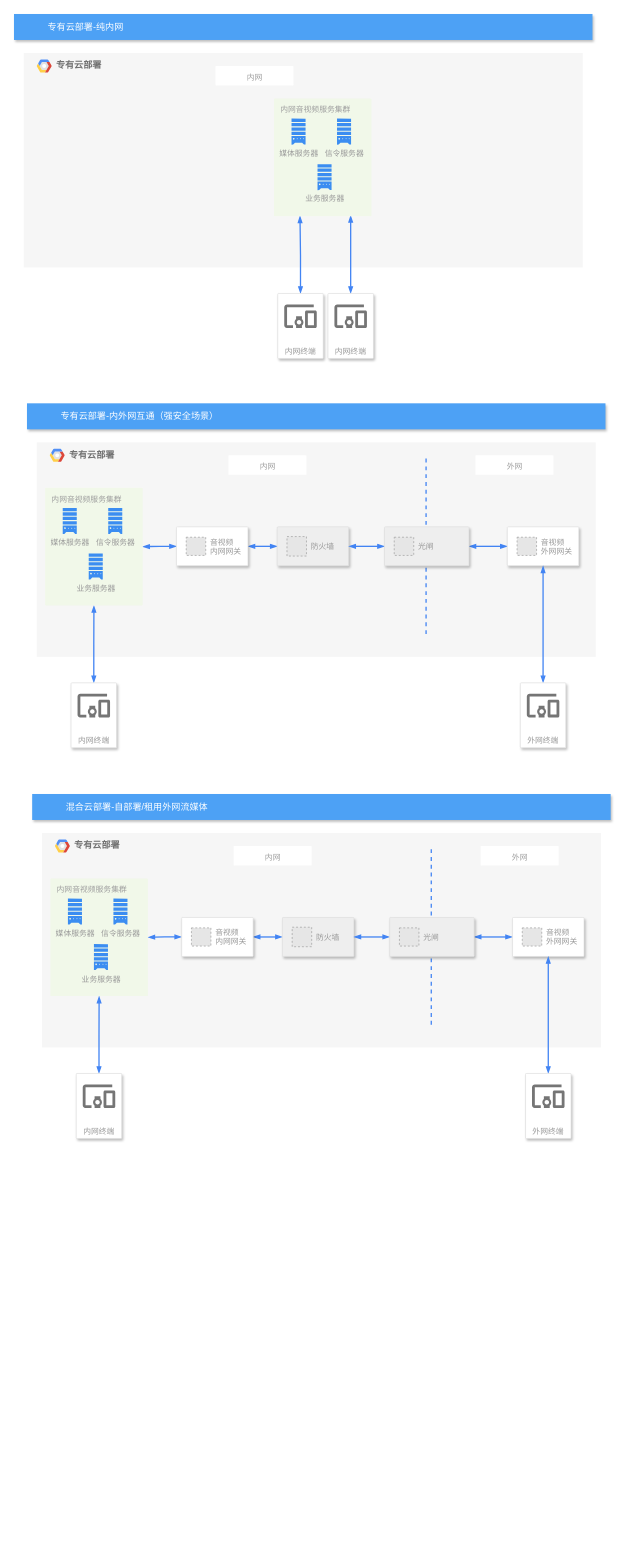
Earlier version of the draw.io diagram 私有化.drawio (shushenghong/test). Source tidied: cells renumbered, new cells numbered last; positions are measured from the earlier drawing's top-left corner, leaving out a move shared by most shapes. Both pictures are drawn from the tidied source at 65%, with x=0, y=0 at pixel (14, 14). Pictures stored in the file or linked from it are replaced by grey dashed boxes.
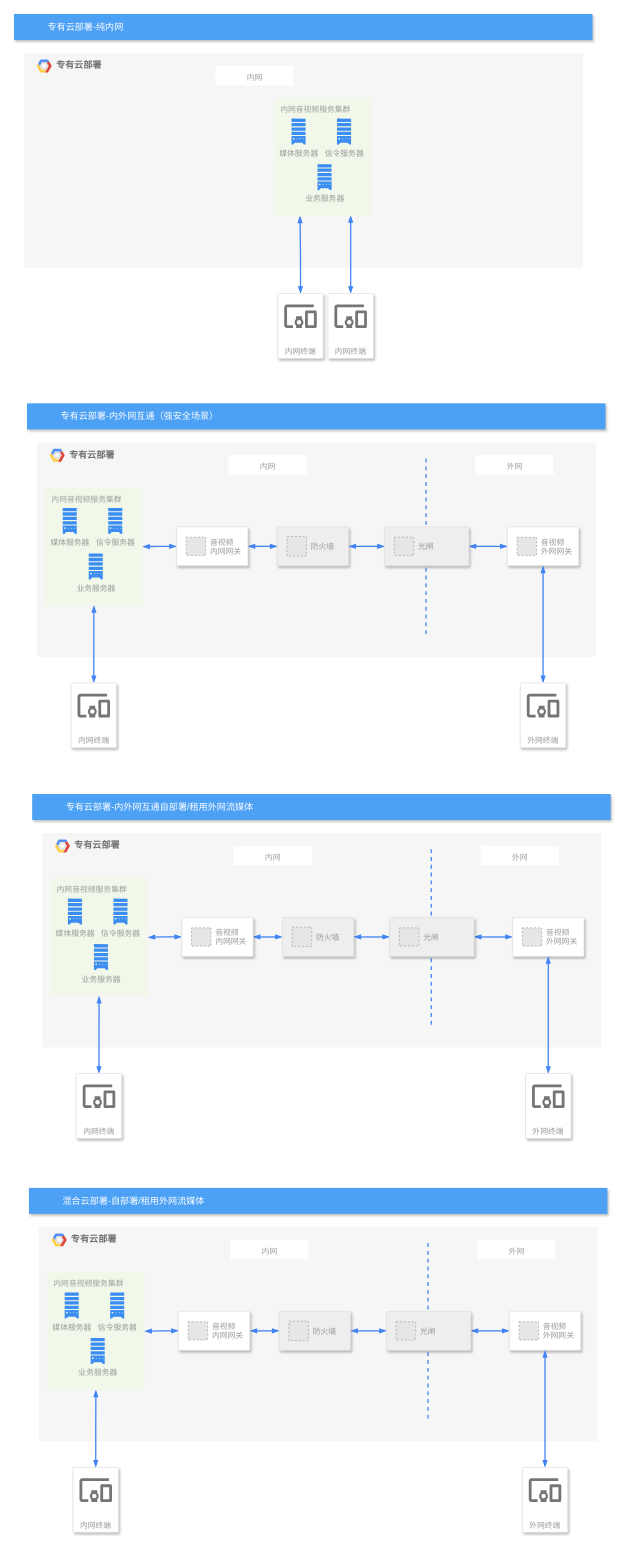
Above is the later version.

Commit message (it also covers changes not shown here):
更新私有化.drawio

What changed in the source:
```diff
@@
-    <mxCell id="49" value="混合云部署-自部署/租用外网流媒体" style="fillColor=#4DA1F5;strokeColor=none;shadow=1;gradientColor=none;fontSize=14;align=left;spacingLeft=50;fontColor=#ffffff;html=1;" parent="1" vertex="1">
+    <mxCell id="49" value="专有云部署-内外网互通自部署/租用外网流媒体" style="fillColor=#4DA1F5;strokeColor=none;shadow=1;gradientColor=none;fontSize=14;align=left;spacingLeft=50;fontColor=#ffffff;html=1;" parent="1" vertex="1">
       <mxGeometry x="28" y="1200" width="890" height="40" as="geometry" />
     </mxCell>
@@
+    <mxCell id="78" value="&lt;b&gt;专有云部署&lt;/b&gt;" style="fillColor=#F6F6F6;strokeColor=none;shadow=0;gradientColor=none;fontSize=14;align=left;spacing=10;fontColor=#717171;9E9E9E;verticalAlign=top;spacingTop=-4;fontStyle=0;spacingLeft=40;html=1;" parent="1" vertex="1">
+      <mxGeometry x="38" y="1866" width="860" height="330" as="geometry" />
+    </mxCell>
+    <mxCell id="79" value="混合云部署-自部署/租用外网流媒体" style="fillColor=#4DA1F5;strokeColor=none;shadow=1;gradientColor=none;fontSize=14;align=left;spacingLeft=50;fontColor=#ffffff;html=1;" parent="1" vertex="1">
+      <mxGeometry x="23" y="1806" width="890" height="40" as="geometry" />
+    </mxCell>
+    <mxCell id="80" style="shape=mxgraph.gcp2.google_cloud_platform;fillColor=#F6F6F6;strokeColor=none;shadow=0;gradientColor=none;" parent="1" vertex="1">
+      <mxGeometry x="58" y="1876" width="23" height="20" as="geometry">
+        <mxPoint x="20" y="10" as="offset" />
+      </mxGeometry>
+    </mxCell>
+    <mxCell id="81" style="edgeStyle=orthogonalEdgeStyle;rounded=0;jettySize=auto;html=1;exitX=0;exitY=0.5;exitDx=0;exitDy=0;entryX=1;entryY=0.5;entryDx=0;entryDy=0;strokeColor=#4284F3;strokeWidth=2;fontColor=#999999;startArrow=blockThin;startFill=1;endArrow=blockThin;endFill=1;" parent="1" edge="1" source="82" target="85">
+      <mxGeometry relative="1" as="geometry" />
+    </mxCell>
+    <mxCell id="82" style="strokeColor=#dddddd;shadow=1;strokeWidth=1;rounded=1;absoluteArcSize=1;arcSize=2;fontColor=#999999;fillColor=#EEEEEE;" parent="1" vertex="1">
+      <mxGeometry x="408" y="1996" width="110" height="60" as="geometry" />
+    </mxCell>
+    <mxCell id="83" value="防火墙" style="fillColor=#E6E6E6;strokeColor=#999999;dashed=1;fontColor=#999999;verticalLabelPosition=middle;labelBackgroundColor=none;verticalAlign=middle;labelPosition=right;align=left;spacingLeft=5;" parent="82" vertex="1">
+      <mxGeometry width="30" height="30" relative="1" as="geometry">
+        <mxPoint x="15" y="15" as="offset" />
+      </mxGeometry>
+    </mxCell>
+    <mxCell id="84" style="edgeStyle=orthogonalEdgeStyle;rounded=0;jettySize=auto;html=1;exitX=0;exitY=0.5;exitDx=0;exitDy=0;entryX=1;entryY=0.5;entryDx=0;entryDy=0;entryPerimeter=0;strokeColor=#4284F3;strokeWidth=2;fontColor=#999999;startArrow=blockThin;startFill=1;endArrow=blockThin;endFill=1;" parent="1" edge="1" source="85" target="99">
+      <mxGeometry relative="1" as="geometry" />
+    </mxCell>
+    <mxCell id="85" style="strokeColor=#dddddd;shadow=1;strokeWidth=1;rounded=1;absoluteArcSize=1;arcSize=2;fontColor=#999999;fillColor=default;" parent="1" vertex="1">
+      <mxGeometry x="253" y="1996" width="110" height="60" as="geometry" />
+    </mxCell>
+    <mxCell id="86" value="音视频&#10;内网网关" style="fillColor=#E6E6E6;strokeColor=#999999;dashed=1;fontColor=#999999;verticalLabelPosition=middle;labelBackgroundColor=#ffffff;verticalAlign=middle;labelPosition=right;align=left;spacingLeft=5;" parent="85" vertex="1">
+      <mxGeometry width="30" height="28" relative="1" as="geometry">
+        <mxPoint x="15" y="16" as="offset" />
+      </mxGeometry>
+    </mxCell>
+    <mxCell id="87" style="edgeStyle=orthogonalEdgeStyle;rounded=0;jettySize=auto;html=1;exitX=0;exitY=0.5;exitDx=0;exitDy=0;entryX=1;entryY=0.5;entryDx=0;entryDy=0;strokeColor=#4284F3;strokeWidth=2;fontColor=#999999;startArrow=blockThin;startFill=1;endArrow=blockThin;endFill=1;" parent="1" edge="1" source="88" target="104">
+      <mxGeometry relative="1" as="geometry" />
+    </mxCell>
+    <mxCell id="88" style="strokeColor=#dddddd;shadow=1;strokeWidth=1;rounded=1;absoluteArcSize=1;arcSize=2;fontColor=#999999;fillColor=default;" parent="1" vertex="1">
+      <mxGeometry x="762" y="1996" width="110" height="60" as="geometry" />
+    </mxCell>
+    <mxCell id="89" value="音视频&#10;外网网关" style="fillColor=#E6E6E6;strokeColor=#999999;dashed=1;fontColor=#999999;verticalLabelPosition=middle;labelBackgroundColor=#ffffff;verticalAlign=middle;labelPosition=right;align=left;spacingLeft=5;" parent="88" vertex="1">
+      <mxGeometry width="30" height="28" relative="1" as="geometry">
+        <mxPoint x="15" y="16" as="offset" />
+      </mxGeometry>
+    </mxCell>
+    <mxCell id="90" style="edgeStyle=orthogonalEdgeStyle;rounded=0;jettySize=auto;html=1;exitX=0;exitY=0.5;exitDx=0;exitDy=0;entryX=1;entryY=0.5;entryDx=0;entryDy=0;strokeColor=#4284F3;strokeWidth=2;fontColor=#999999;startArrow=blockThin;startFill=1;endArrow=blockThin;endFill=1;" parent="1" edge="1" source="104" target="82">
+      <mxGeometry relative="1" as="geometry" />
+    </mxCell>
+    <mxCell id="91" style="edgeStyle=orthogonalEdgeStyle;rounded=0;jettySize=auto;html=1;entryX=0.5;entryY=1;entryDx=0;entryDy=0;entryPerimeter=0;strokeColor=#4284F3;strokeWidth=2;fontColor=#999999;startArrow=blockThin;startFill=1;endArrow=blockThin;endFill=1;" parent="1" edge="1" source="93" target="99">
+      <mxGeometry relative="1" as="geometry" />
+    </mxCell>
+    <mxCell id="92" style="endArrow=none;dashed=1;html=1;rounded=0;strokeColor=#4284F3;strokeWidth=2;fontColor=#999999;" parent="1" edge="1">
+      <mxGeometry relative="1" as="geometry">
+        <mxPoint x="637" y="1891" as="sourcePoint" />
+        <mxPoint x="637" y="2161" as="targetPoint" />
+      </mxGeometry>
+    </mxCell>
+    <mxCell id="93" value="内网终端" style="strokeColor=#dddddd;shadow=1;strokeWidth=1;rounded=1;absoluteArcSize=1;arcSize=2;labelPosition=center;verticalLabelPosition=middle;align=center;verticalAlign=bottom;spacingLeft=0;fontColor=#999999;fontSize=12;whiteSpace=wrap;spacingBottom=2;fillColor=default;" parent="1" vertex="1">
+      <mxGeometry x="90.8" y="2236" width="70" height="100" as="geometry" />
+    </mxCell>
+    <mxCell id="94" style="sketch=0;dashed=0;html=1;fillColor=#757575;strokeColor=none;shape=mxgraph.gcp2.mobile_devices;fontColor=#999999;" parent="93" vertex="1">
+      <mxGeometry x="0.5" width="50" height="36.5" relative="1" as="geometry">
+        <mxPoint x="-25" y="16.8" as="offset" />
+      </mxGeometry>
+    </mxCell>
+    <mxCell id="95" style="edgeStyle=orthogonalEdgeStyle;rounded=0;jettySize=auto;html=1;entryX=0.5;entryY=1;entryDx=0;entryDy=0;fontColor=#999999;startArrow=blockThin;startFill=1;endArrow=blockThin;endFill=1;strokeWidth=2;strokeColor=#4284F3;" parent="1" edge="1" source="96" target="88">
+      <mxGeometry relative="1" as="geometry" />
+    </mxCell>
+    <mxCell id="96" value="外网终端" style="strokeColor=#dddddd;shadow=1;strokeWidth=1;rounded=1;absoluteArcSize=1;arcSize=2;labelPosition=center;verticalLabelPosition=middle;align=center;verticalAlign=bottom;spacingLeft=0;fontColor=#999999;fontSize=12;whiteSpace=wrap;spacingBottom=2;fillColor=default;" parent="1" vertex="1">
+      <mxGeometry x="782" y="2236" width="70" height="100" as="geometry" />
+    </mxCell>
+    <mxCell id="97" style="sketch=0;dashed=0;html=1;fillColor=#757575;strokeColor=none;shape=mxgraph.gcp2.mobile_devices;fontColor=#999999;" parent="96" vertex="1">
+      <mxGeometry x="0.5" width="50" height="36.5" relative="1" as="geometry">
+        <mxPoint x="-25" y="16.8" as="offset" />
+      </mxGeometry>
+    </mxCell>
+    <mxCell id="98" style="group;" parent="1" vertex="1">
+      <mxGeometry x="51" y="1936" width="150" height="181" as="geometry" />
+    </mxCell>
+    <mxCell id="99" value="内网音视频服务集群" style="sketch=0;points=[[0,0,0],[0.25,0,0],[0.5,0,0],[0.75,0,0],[1,0,0],[1,0.25,0],[1,0.5,0],[1,0.75,0],[1,1,0],[0.75,1,0],[0.5,1,0],[0.25,1,0],[0,1,0],[0,0.75,0],[0,0.5,0],[0,0.25,0]];rounded=1;absoluteArcSize=1;arcSize=2;html=1;strokeColor=none;gradientColor=none;shadow=0;dashed=0;fontSize=12;fontColor=#9E9E9E;align=left;verticalAlign=top;spacing=10;spacingTop=-4;fillColor=#F1F8E9;" parent="98" vertex="1">
+      <mxGeometry width="150" height="181" as="geometry" />
+    </mxCell>
+    <mxCell id="100" style="group;" parent="98" vertex="1">
+      <mxGeometry x="27" y="31" width="91.6" height="110" as="geometry" />
+    </mxCell>
+    <mxCell id="101" value="媒体服务器" style="sketch=0;html=1;strokeColor=none;shadow=0;align=center;verticalAlign=top;fillColor=#3B8DF1;shape=mxgraph.gcp2.compute_engine_2;fontColor=#999999;labelPosition=center;verticalLabelPosition=bottom;" parent="100" vertex="1">
+      <mxGeometry width="21.6" height="40" as="geometry" />
+    </mxCell>
+    <mxCell id="102" value="信令服务器" style="sketch=0;html=1;strokeColor=none;shadow=0;align=center;verticalAlign=top;fillColor=#3B8DF1;shape=mxgraph.gcp2.compute_engine_2;fontColor=#999999;labelPosition=center;verticalLabelPosition=bottom;" parent="100" vertex="1">
+      <mxGeometry x="70" width="21.6" height="40" as="geometry" />
+    </mxCell>
+    <mxCell id="103" value="业务服务器" style="sketch=0;html=1;strokeColor=none;shadow=0;align=center;verticalAlign=top;fillColor=#3B8DF1;shape=mxgraph.gcp2.compute_engine_2;fontColor=#999999;labelPosition=center;verticalLabelPosition=bottom;" parent="100" vertex="1">
+      <mxGeometry x="40" y="70" width="21.6" height="40" as="geometry" />
+    </mxCell>
+    <mxCell id="104" style="strokeColor=#dddddd;shadow=1;strokeWidth=1;rounded=1;absoluteArcSize=1;arcSize=2;fontColor=#999999;fillColor=#eeeeee;" parent="1" vertex="1">
+      <mxGeometry x="573" y="1996" width="130" height="60" as="geometry" />
+    </mxCell>
+    <mxCell id="105" value="光闸" style="fillColor=#E6E6E6;strokeColor=#999999;dashed=1;fontColor=#999999;verticalLabelPosition=middle;labelBackgroundColor=none;verticalAlign=middle;labelPosition=right;align=left;spacingLeft=5;" parent="104" vertex="1">
+      <mxGeometry width="30" height="28" relative="1" as="geometry">
+        <mxPoint x="15" y="16" as="offset" />
+      </mxGeometry>
+    </mxCell>
+    <mxCell id="106" value="内网" style="sketch=0;rounded=1;absoluteArcSize=1;arcSize=2;html=1;strokeColor=none;gradientColor=none;shadow=0;dashed=0;fontSize=12;fontColor=#9E9E9E;align=center;verticalAlign=top;spacing=10;spacingTop=-4;labelBackgroundColor=none;" parent="1" vertex="1">
+      <mxGeometry x="333" y="1886" width="120" height="30" as="geometry" />
+    </mxCell>
+    <mxCell id="107" value="外网" style="sketch=0;rounded=1;absoluteArcSize=1;arcSize=2;html=1;strokeColor=none;gradientColor=none;shadow=0;dashed=0;fontSize=12;fontColor=#9E9E9E;align=center;verticalAlign=top;spacing=10;spacingTop=-4;labelBackgroundColor=none;" parent="1" vertex="1">
+      <mxGeometry x="713" y="1886" width="120" height="30" as="geometry" />
+    </mxCell>
```
